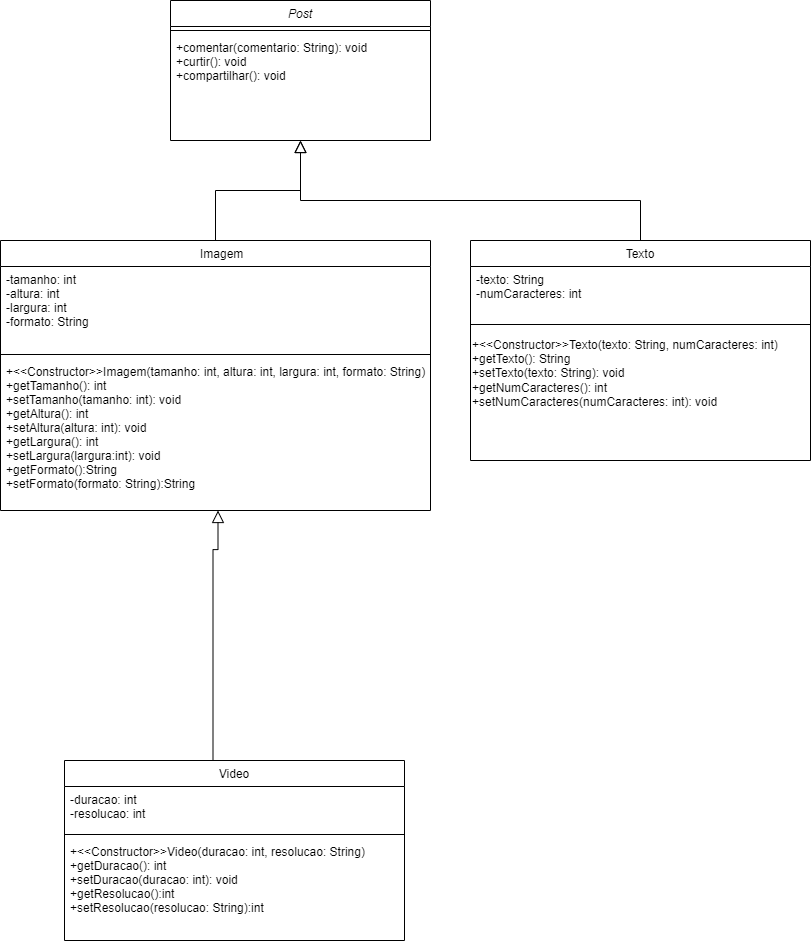
Earlier version of the draw.io export rede_social.drawio.png (Pedry123/rede_social). Source tidied: cells renumbered, new cells last; positions are measured from the earlier drawing's top-left corner, leaving out a move shared by most shapes.
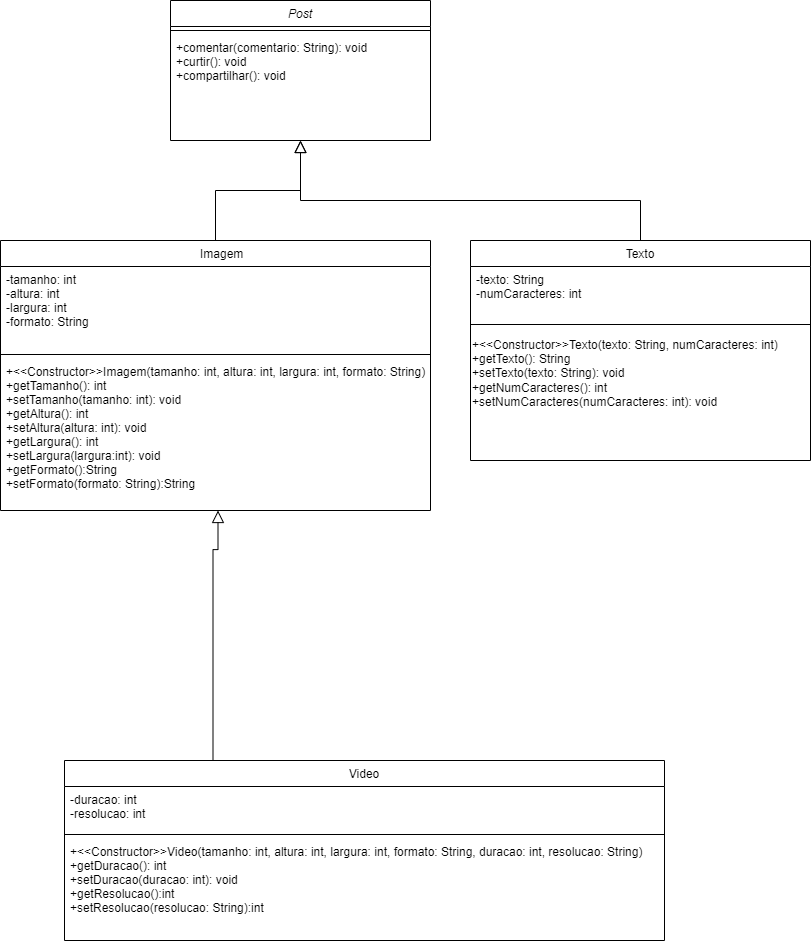
The same file after the commit.

The edit, as a diff of the source:
```diff
@@ -27,16 +27,16 @@
       <mxGeometry relative="1" as="geometry" />
     </mxCell>
     <mxCell id="10" value="Video" style="swimlane;fontStyle=0;align=center;verticalAlign=top;horizontal=1;startSize=26;rounded=0;shadow=0;strokeWidth=1;" parent="1" vertex="1">
-      <mxGeometry x="64" y="760" width="340" height="180" as="geometry" />
+      <mxGeometry x="64" y="760" width="600" height="180" as="geometry" />
     </mxCell>
     <mxCell id="11" value="-duracao: int&#10;-resolucao: int " style="text;align=left;verticalAlign=top;spacingLeft=4;spacingRight=4;overflow=hidden;" parent="10" vertex="1">
-      <mxGeometry y="26" width="340" height="44" as="geometry" />
+      <mxGeometry y="26" width="600" height="44" as="geometry" />
     </mxCell>
     <mxCell id="12" style="line;html=1;strokeWidth=1;align=left;verticalAlign=middle;spacingTop=-1;spacingLeft=3;spacingRight=3;labelPosition=right;" parent="10" vertex="1">
-      <mxGeometry y="70" width="340" height="8" as="geometry" />
+      <mxGeometry y="70" width="600" height="8" as="geometry" />
     </mxCell>
-    <mxCell id="13" value="+&lt;&lt;Constructor&gt;&gt;Video(duracao: int, resolucao: String)&#10;+getDuracao(): int&#10;+setDuracao(duracao: int): void&#10;+getResolucao():int&#10;+setResolucao(resolucao: String):int&#10;" style="text;align=left;verticalAlign=top;spacingLeft=4;spacingRight=4;overflow=hidden;" parent="10" vertex="1">
-      <mxGeometry y="78" width="340" height="102" as="geometry" />
+    <mxCell id="13" value="+&lt;&lt;Constructor&gt;&gt;Video(tamanho: int, altura: int, largura: int, formato: String, duracao: int, resolucao: String)&#10;+getDuracao(): int&#10;+setDuracao(duracao: int): void&#10;+getResolucao():int&#10;+setResolucao(resolucao: String):int&#10;" style="text;align=left;verticalAlign=top;spacingLeft=4;spacingRight=4;overflow=hidden;" parent="10" vertex="1">
+      <mxGeometry y="78" width="600" height="102" as="geometry" />
     </mxCell>
     <mxCell id="14" value="Texto" style="swimlane;fontStyle=0;align=center;verticalAlign=top;horizontal=1;startSize=26;rounded=0;shadow=0;strokeWidth=1;" parent="1" vertex="1">
       <mxGeometry x="470" y="240" width="340" height="220" as="geometry" />
```
